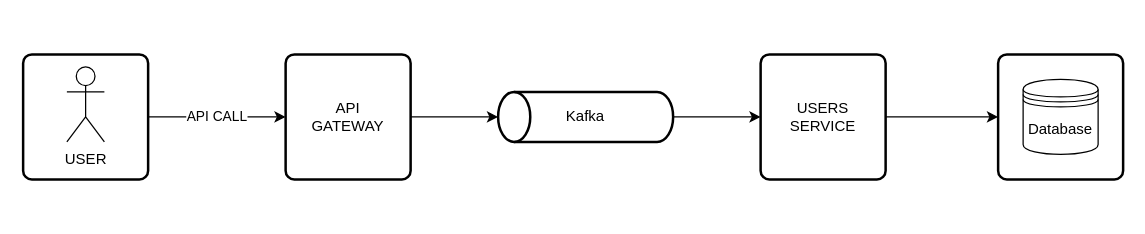
The draw.io diagram docs/diagrams/architecture.drawio in shimisnow/poc-microservices, before the edit. Source tidied: cells renumbered, new cells numbered last; positions are measured from the earlier drawing's top-left corner, leaving out a move shared by most shapes. Both pictures are drawn from the tidied source at 125%, with x=0, y=0 at pixel (22, 54).
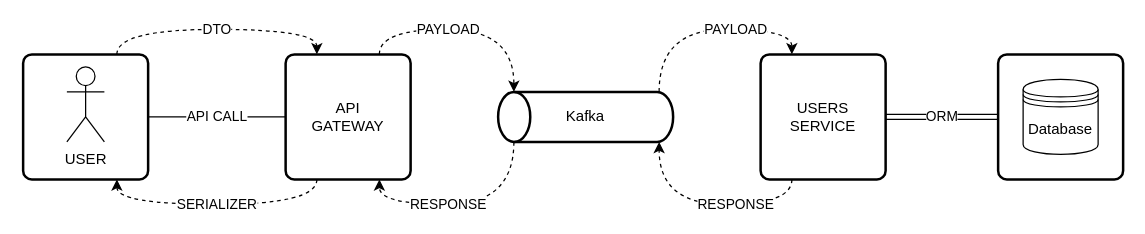
The same page after the edit.

Commit message (it also covers changes not shown here):
docs: diagrams improvements

What changed in the source:
```diff
@@
 <mxGraphModel>
   <root>
     <mxCell id="0" />
     <mxCell id="1" parent="0" />
     <mxCell id="2" style="rounded=1;whiteSpace=wrap;html=1;absoluteArcSize=1;arcSize=14;strokeWidth=2;" parent="1" vertex="1">
       <mxGeometry x="780" width="100" height="100" as="geometry" />
     </mxCell>
-    <mxCell id="3" style="edgeStyle=orthogonalEdgeStyle;rounded=0;jettySize=auto;html=1;exitX=0;exitY=0.5;exitDx=0;exitDy=0;exitPerimeter=0;entryX=0;entryY=0.5;entryDx=0;entryDy=0;" parent="1" edge="1" source="4" target="12">
-      <mxGeometry relative="1" as="geometry" />
+    <mxCell id="3" value="PAYLOAD" style="edgeStyle=orthogonalEdgeStyle;curved=1;rounded=0;jettySize=auto;html=1;exitX=0.08;exitY=0;exitDx=0;exitDy=0;exitPerimeter=0;entryX=0.25;entryY=0;entryDx=0;entryDy=0;dashed=1;" parent="1" edge="1" source="4" target="12">
+      <mxGeometry x="0.26" relative="1" as="geometry" />
     </mxCell>
+    <mxCell id="13" value="RESPONSE" style="edgeStyle=orthogonalEdgeStyle;curved=1;rounded=0;jettySize=auto;html=1;exitX=0.91;exitY=1;exitDx=0;exitDy=0;exitPerimeter=0;entryX=0.75;entryY=1;entryDx=0;entryDy=0;dashed=1;" parent="1" edge="1" source="4" target="9">
+      <mxGeometry x="0.16" relative="1" as="geometry" />
+    </mxCell>
     <mxCell id="4" value="Kafka" style="strokeWidth=2;html=1;shape=mxgraph.flowchart.direct_data;whiteSpace=wrap;flipH=1;" parent="1" vertex="1">
       <mxGeometry x="380" y="30" width="140" height="40" as="geometry" />
     </mxCell>
-    <mxCell id="5" value="API CALL" style="edgeStyle=orthogonalEdgeStyle;rounded=0;jettySize=auto;html=1;exitX=1;exitY=0.5;exitDx=0;exitDy=0;" parent="1" edge="1" source="6" target="9">
+    <mxCell id="5" value="API CALL" style="edgeStyle=orthogonalEdgeStyle;rounded=0;jettySize=auto;html=1;exitX=1;exitY=0.5;exitDx=0;exitDy=0;endArrow=none;endFill=0;" parent="1" edge="1" source="6" target="9">
       <mxGeometry relative="1" as="geometry" />
     </mxCell>
+    <mxCell id="14" value="DTO" style="edgeStyle=orthogonalEdgeStyle;curved=1;rounded=0;jettySize=auto;html=1;exitX=0.75;exitY=0;exitDx=0;exitDy=0;entryX=0.25;entryY=0;entryDx=0;entryDy=0;dashed=1;" parent="1" edge="1" source="6" target="9">
+      <mxGeometry relative="1" as="geometry" />
+    </mxCell>
     <mxCell id="6" style="rounded=1;whiteSpace=wrap;html=1;absoluteArcSize=1;arcSize=14;strokeWidth=2;" parent="1" vertex="1">
       <mxGeometry width="100" height="100" as="geometry" />
     </mxCell>
     <mxCell id="7" value="USER" style="shape=umlActor;verticalLabelPosition=bottom;verticalAlign=top;html=1;" parent="1" vertex="1">
       <mxGeometry x="35" y="10" width="30" height="60" as="geometry" />
     </mxCell>
-    <mxCell id="8" style="edgeStyle=orthogonalEdgeStyle;rounded=0;jettySize=auto;html=1;exitX=1;exitY=0.5;exitDx=0;exitDy=0;entryX=1;entryY=0.5;entryDx=0;entryDy=0;entryPerimeter=0;" parent="1" edge="1" source="9" target="4">
-      <mxGeometry relative="1" as="geometry" />
+    <mxCell id="8" value="PAYLOAD" style="edgeStyle=orthogonalEdgeStyle;curved=1;rounded=0;jettySize=auto;html=1;exitX=0.75;exitY=0;exitDx=0;exitDy=0;entryX=0.91;entryY=0;entryDx=0;entryDy=0;entryPerimeter=0;dashed=1;" parent="1" edge="1" source="9" target="4">
+      <mxGeometry x="-0.16" relative="1" as="geometry" />
     </mxCell>
+    <mxCell id="15" value="SERIALIZER" style="edgeStyle=orthogonalEdgeStyle;curved=1;rounded=0;jettySize=auto;html=1;exitX=0.25;exitY=1;exitDx=0;exitDy=0;entryX=0.75;entryY=1;entryDx=0;entryDy=0;dashed=1;" parent="1" edge="1" source="9" target="6">
+      <mxGeometry relative="1" as="geometry" />
+    </mxCell>
     <mxCell id="9" value="API&lt;br&gt;GATEWAY" style="rounded=1;whiteSpace=wrap;html=1;absoluteArcSize=1;arcSize=14;strokeWidth=2;" parent="1" vertex="1">
       <mxGeometry x="210" width="100" height="100" as="geometry" />
     </mxCell>
     <mxCell id="10" value="Database" style="shape=datastore;whiteSpace=wrap;html=1;" parent="1" vertex="1">
       <mxGeometry x="800" y="20" width="60" height="60" as="geometry" />
     </mxCell>
-    <mxCell id="11" style="edgeStyle=orthogonalEdgeStyle;rounded=0;jettySize=auto;html=1;exitX=1;exitY=0.5;exitDx=0;exitDy=0;entryX=0;entryY=0.5;entryDx=0;entryDy=0;" parent="1" edge="1" source="12" target="2">
+    <mxCell id="11" value="ORM" style="edgeStyle=orthogonalEdgeStyle;rounded=0;jettySize=auto;html=1;exitX=1;exitY=0.5;exitDx=0;exitDy=0;entryX=0;entryY=0.5;entryDx=0;entryDy=0;endArrow=none;endFill=0;shape=link;" parent="1" edge="1" source="12" target="2">
       <mxGeometry relative="1" as="geometry" />
     </mxCell>
+    <mxCell id="16" value="RESPONSE" style="edgeStyle=orthogonalEdgeStyle;curved=1;rounded=0;jettySize=auto;html=1;exitX=0.25;exitY=1;exitDx=0;exitDy=0;entryX=0.08;entryY=1;entryDx=0;entryDy=0;entryPerimeter=0;dashed=1;" parent="1" edge="1" source="12" target="4">
+      <mxGeometry x="-0.26" relative="1" as="geometry" />
+    </mxCell>
     <mxCell id="12" value="USERS&lt;br&gt;SERVICE" style="rounded=1;whiteSpace=wrap;html=1;absoluteArcSize=1;arcSize=14;strokeWidth=2;" parent="1" vertex="1">
       <mxGeometry x="590" width="100" height="100" as="geometry" />
     </mxCell>
   </root>
 </mxGraphModel>
```
